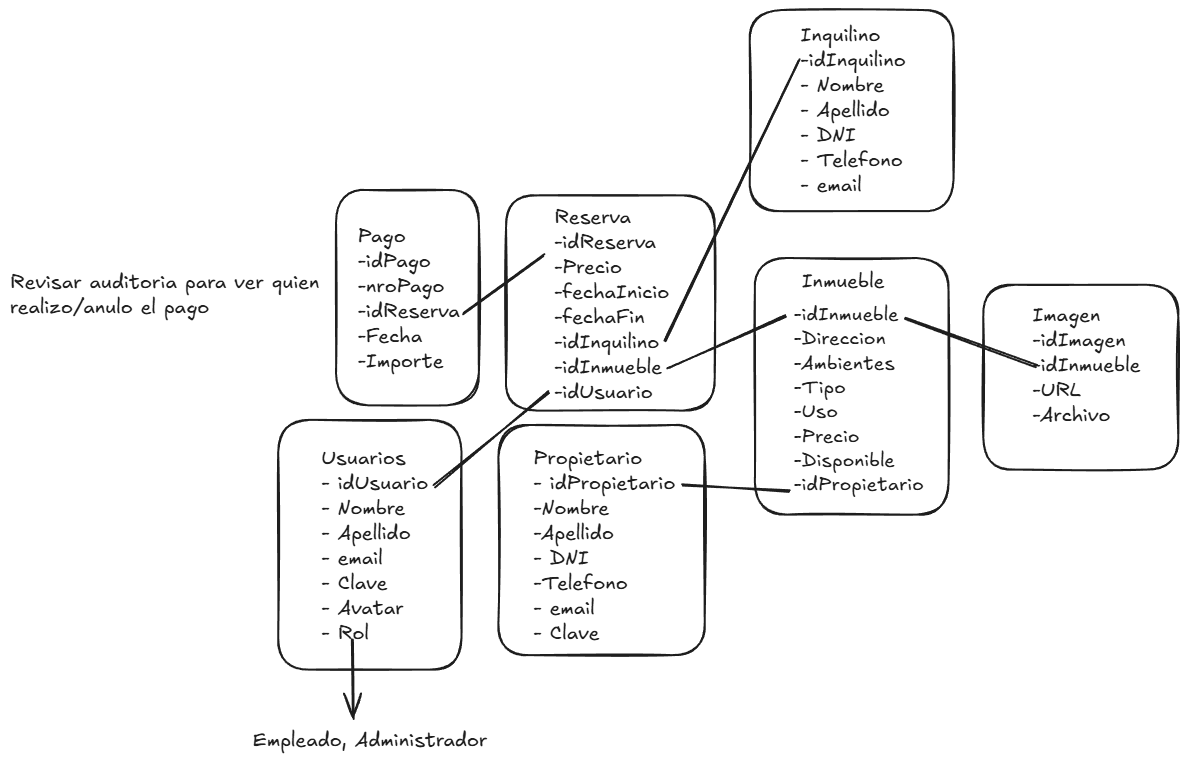
RafaCod0011/Cuello-Inmobiliaria-LAB2 keeps this Excalidraw diagram as .excalidraw.png. Above is the earlier version. Source tidied: one line per element, renumbered; positions are measured from the earlier drawing's top-left corner, leaving out a move shared by most shapes.
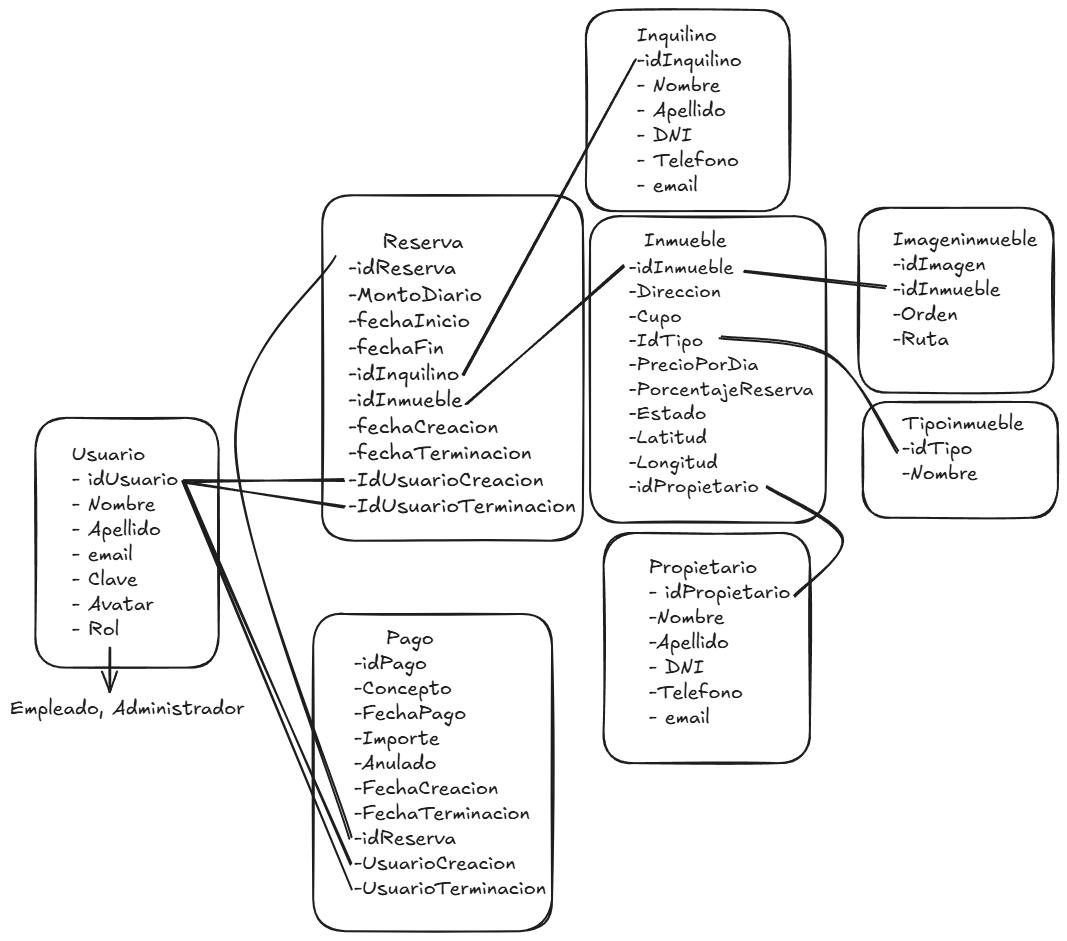
After the commit.

What changed in the source:
```diff
@@ -1,24 +1,29 @@
-{"id": 0, "type": "rectangle", "strokeColor": "#1e1e1e", "strokeWidth": 2, "roughness": 1, "round": true, "x": 268, "y": 410, "width": 183, "height": 250}
+{"id": 0, "type": "rectangle", "strokeColor": "#1e1e1e", "strokeWidth": 2, "roughness": 1, "round": true, "x": 401, "y": 406, "width": 183, "height": 250}
-{"id": 1, "type": "text", "text": "Usuarios\n- idUsuario\n- Nombre\n- Apellido\n- email\n- Clave\n- Avatar\n- Rol", "strokeColor": "#1e1e1e", "strokeWidth": 2, "roughness": 1, "fontSize": 20, "fontFamily": 5, "x": 312, "y": 436, "width": 107, "height": 200}
+{"id": 1, "type": "text", "text": "Usuario\n- idUsuario\n- Nombre\n- Apellido\n- email\n- Clave\n- Avatar\n- Rol", "strokeColor": "#1e1e1e", "strokeWidth": 2, "roughness": 1, "fontSize": 20, "fontFamily": 5, "x": 438, "y": 430, "width": 107, "height": 200}
-{"id": 2, "type": "rectangle", "strokeColor": "#1e1e1e", "strokeWidth": 2, "roughness": 1, "round": true, "x": 488, "y": 415, "width": 206, "height": 230}
+{"id": 2, "type": "rectangle", "strokeColor": "#1e1e1e", "strokeWidth": 2, "roughness": 1, "round": true, "x": 969, "y": 521, "width": 206, "height": 230}
-{"id": 3, "type": "text", "text": "Propietario\n- idPropietario\n-Nombre\n-Apellido\n- DNI\n-Telefono\n- email\n- Clave\n", "strokeColor": "#1e1e1e", "strokeWidth": 2, "roughness": 1, "fontSize": 20, "fontFamily": 5, "x": 524, "y": 436, "width": 142, "height": 225}
+{"id": 3, "type": "text", "text": "Propietario\n- idPropietario\n-Nombre\n-Apellido\n- DNI\n-Telefono\n- email\n", "strokeColor": "#1e1e1e", "strokeWidth": 2, "roughness": 1, "fontSize": 20, "fontFamily": 5, "x": 1015, "y": 543, "width": 142, "height": 200}
-{"id": 4, "type": "rectangle", "strokeColor": "#1e1e1e", "strokeWidth": 2, "roughness": 1, "round": true, "x": 740, "y": 0, "width": 204, "height": 201}
+{"id": 4, "type": "rectangle", "strokeColor": "#1e1e1e", "strokeWidth": 2, "roughness": 1, "round": true, "x": 952, "y": -2, "width": 204, "height": 201}
-{"id": 5, "type": "text", "text": "Inquilino\n-idInquilino\n- Nombre\n- Apellido\n- DNI\n- Telefono\n- email", "strokeColor": "#1e1e1e", "strokeWidth": 2, "roughness": 1, "fontSize": 20, "fontFamily": 5, "x": 791, "y": 14, "width": 105, "height": 175}
+{"id": 5, "type": "text", "text": "Inquilino\n-idInquilino\n- Nombre\n- Apellido\n- DNI\n- Telefono\n- email", "strokeColor": "#1e1e1e", "strokeWidth": 2, "roughness": 1, "fontSize": 20, "fontFamily": 5, "x": 1003, "y": 12, "width": 105, "height": 175}
-{"id": 6, "type": "rectangle", "strokeColor": "#1e1e1e", "strokeWidth": 2, "roughness": 1, "round": true, "x": 745, "y": 248, "width": 194, "height": 257}
+{"id": 6, "type": "rectangle", "strokeColor": "#1e1e1e", "strokeWidth": 2, "roughness": 1, "round": true, "x": 956, "y": 204, "width": 236, "height": 307}
-{"id": 7, "type": "text", "text": "Inmueble", "strokeColor": "#1e1e1e", "strokeWidth": 2, "roughness": 1, "fontSize": 20, "fontFamily": 5, "x": 792, "y": 259, "width": 83, "height": 25}
+{"id": 7, "type": "text", "text": "Inmueble", "strokeColor": "#1e1e1e", "strokeWidth": 2, "roughness": 1, "fontSize": 20, "fontFamily": 5, "x": 1010, "y": 216, "width": 83, "height": 25}
-{"id": 8, "type": "rectangle", "strokeColor": "#1e1e1e", "strokeWidth": 2, "roughness": 1, "round": true, "x": 496, "y": 185, "width": 209, "height": 215}
+{"id": 8, "type": "rectangle", "strokeColor": "#1e1e1e", "strokeWidth": 2, "roughness": 1, "round": true, "x": 688, "y": 183, "width": 261, "height": 345}
-{"id": 9, "type": "text", "text": "Reserva\n-idReserva\n-Precio\n-fechaInicio\n-fechaFin\n-idInquilino\n-idInmueble\n-idUsuario", "strokeColor": "#1e1e1e", "strokeWidth": 2, "roughness": 1, "fontSize": 20, "fontFamily": 5, "x": 544, "y": 195, "width": 115, "height": 200}
+{"id": 9, "type": "text", "text": "    Reserva\n-idReserva\n-MontoDiario\n-fechaInicio\n-fechaFin\n-idInquilino\n-idInmueble\n-fechaCreacion\n-fechaTerminacion\n-IdUsuarioCreacion\n-IdUsuarioTerminacion\n", "strokeColor": "#1e1e1e", "strokeWidth": 2, "roughness": 1, "fontSize": 21.16, "fontFamily": 5, "x": 714, "y": 217, "width": 233, "height": 317}
-{"id": 10, "type": "rectangle", "strokeColor": "#1e1e1e", "strokeWidth": 2, "roughness": 1, "round": true, "x": 326, "y": 180, "width": 143, "height": 215}
+{"id": 10, "type": "rectangle", "strokeColor": "#1e1e1e", "strokeWidth": 2, "roughness": 1, "round": true, "x": 679, "y": 602, "width": 239, "height": 317}
-{"id": 11, "type": "text", "text": "Pago\n-idPago\n-nroPago\n-idReserva\n-Fecha\n-Importe", "strokeColor": "#1e1e1e", "strokeWidth": 2, "roughness": 1, "fontSize": 20, "fontFamily": 5, "x": 348, "y": 215, "width": 102, "height": 150}
+{"id": 11, "type": "text", "text": "    Pago\n-idPago\n-Concepto\n-FechaPago\n-Importe\n-Anulado\n-FechaCreacion\n-FechaTerminacion\n-idReserva\n-UsuarioCreacion\n-UsuarioTerminacion\n", "strokeColor": "#1e1e1e", "strokeWidth": 2, "roughness": 1, "fontSize": 20, "fontFamily": 5, "x": 720, "y": 615, "width": 192, "height": 300}
-{"id": 12, "type": "text", "text": "-idInmueble\n-Direccion\n-Ambientes\n-Tipo\n-Uso\n-Precio\n-Disponible\n-idPropietario", "strokeColor": "#1e1e1e", "strokeWidth": 2, "roughness": 1, "fontSize": 19.48, "fontFamily": 5, "x": 784, "y": 293, "width": 130, "height": 195}
+{"id": 12, "type": "text", "text": "-idInmueble\n-Direccion\n-Cupo\n-IdTipo\n-PrecioPorDia\n-PorcentajeReserva\n-Estado\n-Latitud\n-Longitud\n-idPropietario", "strokeColor": "#1e1e1e", "strokeWidth": 2, "roughness": 1, "fontSize": 19.48, "fontFamily": 5, "x": 995, "y": 244, "width": 185, "height": 244}
-{"id": 13, "type": "rectangle", "strokeColor": "#1e1e1e", "strokeWidth": 2, "roughness": 1, "round": true, "x": 973, "y": 275, "width": 195, "height": 185}
+{"id": 13, "type": "rectangle", "strokeColor": "#1e1e1e", "strokeWidth": 2, "roughness": 1, "round": true, "x": 1224, "y": 196, "width": 195, "height": 185}
-{"id": 14, "type": "text", "text": "Imagen\n-idImagen\n-idInmueble\n-URL\n-Archivo\n", "strokeColor": "#1e1e1e", "strokeWidth": 2, "roughness": 1, "fontSize": 20, "fontFamily": 5, "x": 1022, "y": 293, "width": 108, "height": 150}
+{"id": 14, "type": "text", "text": "Imageninmueble\n-idImagen\n-idInmueble\n-Orden\n-Ruta\n", "strokeColor": "#1e1e1e", "strokeWidth": 2, "roughness": 1, "fontSize": 20, "fontFamily": 5, "x": 1258, "y": 215, "width": 145, "height": 150}
-{"id": 15, "type": "line", "strokeColor": "#1e1e1e", "strokeWidth": 2, "roughness": 1, "round": true, "x": 672, "y": 476, "width": 107, "height": 4, "points": [[0, 0], [107, 4]]}
+{"id": 15, "type": "line", "strokeColor": "#1e1e1e", "strokeWidth": 2, "roughness": 1, "round": true, "x": 1160, "y": 585, "width": 76, "height": 111, "points": [[0, 0], [48, -60], [-28, -111]]}
-{"id": 16, "type": "line", "strokeColor": "#1e1e1e", "strokeWidth": 2, "roughness": 1, "round": true, "x": 658, "y": 357, "width": 118, "height": 51, "points": [[0, 0], [118, -51]]}
+{"id": 16, "type": "line", "strokeColor": "#1e1e1e", "strokeWidth": 2, "roughness": 1, "round": true, "x": 832, "y": 391, "width": 158, "height": 137, "points": [[0, 0], [158, -137]]}
-{"id": 17, "type": "line", "strokeColor": "#1e1e1e", "strokeWidth": 2, "roughness": 1, "round": true, "x": 655, "y": 330, "width": 135, "height": 281, "points": [[0, 0], [135, -281]]}
+{"id": 17, "type": "line", "strokeColor": "#1e1e1e", "strokeWidth": 2, "roughness": 1, "round": true, "x": 829, "y": 362, "width": 173, "height": 315, "points": [[0, 0], [173, -315]]}
-{"id": 18, "type": "line", "strokeColor": "#1e1e1e", "strokeWidth": 2, "roughness": 1, "round": true, "x": 534, "y": 245, "width": 81, "height": 57, "points": [[0, 0], [-81, 57]]}
+{"id": 18, "type": "line", "strokeColor": "#1e1e1e", "strokeWidth": 2, "roughness": 1, "round": true, "x": 701, "y": 245, "width": 115, "height": 580, "points": [[0, 0], [-100, 187], [15, 580]]}
-{"id": 19, "type": "line", "strokeColor": "#1e1e1e", "strokeWidth": 2, "roughness": 1, "round": true, "x": 1026, "y": 356, "width": 131, "height": 47, "points": [[0, 0], [-131, -47]]}
+{"id": 19, "type": "line", "strokeColor": "#1e1e1e", "strokeWidth": 2, "roughness": 1, "round": true, "x": 1251, "y": 275, "width": 141, "height": 15, "points": [[0, 0], [-141, -15]]}
-{"id": 20, "type": "line", "strokeColor": "#1e1e1e", "strokeWidth": 2, "roughness": 1, "round": true, "x": 425, "y": 476, "width": 114, "height": 93, "points": [[0, 0], [114, -93]]}
+{"id": 20, "type": "line", "strokeColor": "#1e1e1e", "strokeWidth": 2, "roughness": 1, "round": true, "x": 551, "y": 469, "width": 159, "height": 0, "points": [[0, 0], [159, 0]]}
-{"id": 21, "type": "text", "text": "Revisar auditoria para ver quien\nrealizo/anulo el pago", "strokeColor": "#1e1e1e", "strokeWidth": 2, "roughness": 1, "fontSize": 20, "fontFamily": 5, "x": 0, "y": 260, "width": 310, "height": 50}
-{"id": 22, "type": "text", "text": "Empleado, Administrador", "strokeColor": "#1e1e1e", "strokeWidth": 2, "roughness": 1, "fontSize": 20, "fontFamily": 5, "x": 243, "y": 719, "width": 235, "height": 25}
+{"id": 22, "type": "text", "text": "Empleado, Administrador", "strokeColor": "#1e1e1e", "strokeWidth": 2, "roughness": 1, "fontSize": 20, "fontFamily": 5, "x": 376, "y": 685, "width": 235, "height": 25}
-{"id": 23, "type": "arrow", "strokeColor": "#1e1e1e", "strokeWidth": 2, "roughness": 1, "endArrowhead": "arrow", "round": true, "from": 1, "x": 342, "y": 629, "width": 1, "height": 79, "points": [[0, 0], [1, 79]]}
+{"id": 24, "type": "rectangle", "strokeColor": "#1e1e1e", "strokeWidth": 2, "roughness": 1, "round": true, "x": 1229, "y": 390, "width": 195, "height": 116}
+{"id": 25, "type": "text", "text": "Tipoinmueble\n-idTipo\n-Nombre\n", "strokeColor": "#1e1e1e", "strokeWidth": 2, "roughness": 1, "fontSize": 20, "fontFamily": 5, "x": 1268, "y": 399, "width": 122, "height": 100}
+{"id": 26, "type": "line", "strokeColor": "#1e1e1e", "strokeWidth": 2, "roughness": 1, "round": true, "x": 1264, "y": 440, "width": 177, "height": 114, "points": [[0, 0], [-67, -94], [-177, -114]]}
+{"id": 27, "type": "line", "strokeColor": "#1e1e1e", "strokeWidth": 2, "roughness": 1, "round": true, "x": 551, "y": 470, "width": 161, "height": 24, "points": [[0, 0], [161, 24]]}
+{"id": 28, "type": "line", "strokeColor": "#1e1e1e", "strokeWidth": 2, "roughness": 1, "round": true, "x": 549, "y": 470, "width": 168, "height": 381, "points": [[0, 0], [168, 381]]}
+{"id": 29, "type": "line", "strokeColor": "#1e1e1e", "strokeWidth": 2, "roughness": 1, "round": true, "x": 549, "y": 469, "width": 168, "height": 407, "points": [[0, 0], [168, 407]]}
+{"id": 30, "type": "arrow", "strokeColor": "#1e1e1e", "strokeWidth": 2, "roughness": 1, "endArrowhead": "arrow", "round": true, "from": 1, "to": 22, "x": 476, "y": 635, "width": 0, "height": 44, "points": [[0, 0], [0, 44]]}
```
